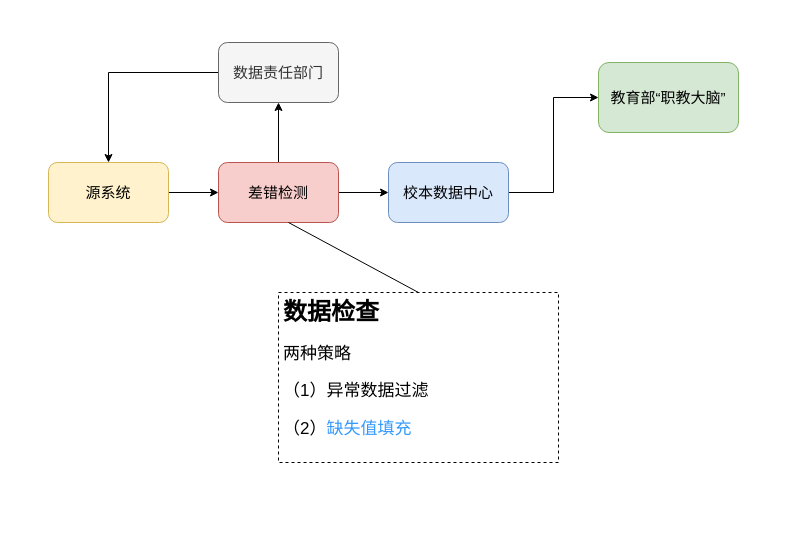
Earlier version of the draw.io diagram EDU/校本差错处理流程图.drawio (redcomet88/DRAW). Source tidied: cells renumbered, new cells numbered last; positions are measured from the earlier drawing's top-left corner, leaving out a move shared by most shapes. Both pictures are drawn from the tidied source at 100%, with x=0, y=0 at pixel (48, 42).
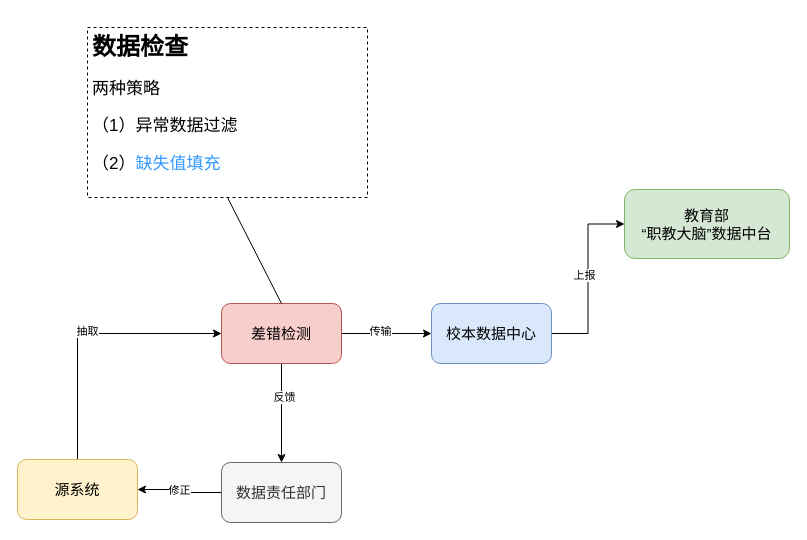
The same diagram, later.

Commit message (it also covers changes not shown here):
更新校本差错处理流程图.drawio

Diff of the diagram source:
```diff
@@
 <mxGraphModel>
   <root>
     <mxCell id="0" />
     <mxCell id="1" parent="0" />
-    <mxCell id="2" style="edgeStyle=orthogonalEdgeStyle;rounded=0;jettySize=auto;html=1;fontSize=15;" parent="1" edge="1" source="3" target="6">
-      <mxGeometry relative="1" as="geometry" />
+    <mxCell id="2" style="edgeStyle=orthogonalEdgeStyle;rounded=0;jettySize=auto;html=1;fontSize=15;exitX=0.5;exitY=0;exitDx=0;exitDy=0;" parent="1" edge="1" source="3" target="6">
+      <mxGeometry relative="1" as="geometry">
+        <Array as="points">
+          <mxPoint x="29" y="291" />
+        </Array>
+      </mxGeometry>
     </mxCell>
+    <mxCell id="14" value="抽取" style="edgeLabel;html=1;align=center;verticalAlign=middle;" parent="2" vertex="1">
+      <mxGeometry y="3" relative="1" as="geometry" />
+    </mxCell>
     <mxCell id="3" value="源系统" style="rounded=1;whiteSpace=wrap;html=1;fontSize=15;fillColor=#fff2cc;strokeColor=#d6b656;" parent="1" vertex="1">
-      <mxGeometry y="120" width="120" height="60" as="geometry" />
+      <mxGeometry x="-31" y="417" width="120" height="60" as="geometry" />
     </mxCell>
     <mxCell id="4" style="edgeStyle=orthogonalEdgeStyle;rounded=0;jettySize=auto;html=1;fontSize=15;" parent="1" edge="1" source="6" target="8">
       <mxGeometry relative="1" as="geometry" />
     </mxCell>
+    <mxCell id="15" value="传输" style="edgeLabel;html=1;align=center;verticalAlign=middle;" parent="4" vertex="1">
+      <mxGeometry x="-0.16" y="-4" relative="1" as="geometry">
+        <mxPoint y="-7" as="offset" />
+      </mxGeometry>
+    </mxCell>
-    <mxCell id="5" style="edgeStyle=orthogonalEdgeStyle;rounded=0;jettySize=auto;html=1;exitX=0.5;exitY=0;exitDx=0;exitDy=0;entryX=0.5;entryY=1;entryDx=0;entryDy=0;" parent="1" edge="1" source="6" target="11">
+    <mxCell id="5" style="edgeStyle=orthogonalEdgeStyle;rounded=0;jettySize=auto;html=1;exitX=0.5;exitY=1;exitDx=0;exitDy=0;entryX=0.5;entryY=0;entryDx=0;entryDy=0;" parent="1" edge="1" source="6" target="11">
       <mxGeometry relative="1" as="geometry" />
     </mxCell>
+    <mxCell id="16" value="反馈" style="edgeLabel;html=1;align=center;verticalAlign=middle;" parent="5" vertex="1">
+      <mxGeometry x="-0.33" y="2" relative="1" as="geometry" />
+    </mxCell>
     <mxCell id="6" value="差错检测" style="rounded=1;whiteSpace=wrap;html=1;fontSize=15;fillColor=#f8cecc;strokeColor=#b85450;" parent="1" vertex="1">
-      <mxGeometry x="170" y="120" width="120" height="60" as="geometry" />
+      <mxGeometry x="173" y="261" width="120" height="60" as="geometry" />
     </mxCell>
     <mxCell id="7" style="edgeStyle=orthogonalEdgeStyle;rounded=0;jettySize=auto;html=1;exitX=1;exitY=0.5;exitDx=0;exitDy=0;entryX=0;entryY=0.5;entryDx=0;entryDy=0;" parent="1" edge="1" source="8" target="9">
       <mxGeometry relative="1" as="geometry" />
     </mxCell>
+    <mxCell id="17" value="上报" style="edgeLabel;html=1;align=center;verticalAlign=middle;" parent="7" vertex="1">
+      <mxGeometry x="0.04" y="4" relative="1" as="geometry" />
+    </mxCell>
     <mxCell id="8" value="校本数据中心" style="rounded=1;whiteSpace=wrap;html=1;fontSize=15;fillColor=#dae8fc;strokeColor=#6c8ebf;" parent="1" vertex="1">
-      <mxGeometry x="340" y="120" width="120" height="60" as="geometry" />
+      <mxGeometry x="383" y="261" width="120" height="60" as="geometry" />
     </mxCell>
-    <mxCell id="9" value="教育部“职教大脑”" style="rounded=1;whiteSpace=wrap;html=1;fontSize=15;fillColor=#d5e8d4;strokeColor=#82b366;" parent="1" vertex="1">
-      <mxGeometry x="550" y="20" width="140" height="70" as="geometry" />
+    <mxCell id="9" value="教育部&lt;br&gt;“职教大脑”数据中台" style="rounded=1;whiteSpace=wrap;html=1;fontSize=15;fillColor=#d5e8d4;strokeColor=#82b366;" parent="1" vertex="1">
+      <mxGeometry x="576" y="147" width="165" height="69" as="geometry" />
     </mxCell>
-    <mxCell id="10" style="edgeStyle=orthogonalEdgeStyle;rounded=0;jettySize=auto;html=1;exitX=0;exitY=0.5;exitDx=0;exitDy=0;entryX=0.5;entryY=0;entryDx=0;entryDy=0;" parent="1" edge="1" source="11" target="3">
+    <mxCell id="10" value="修正" style="edgeStyle=orthogonalEdgeStyle;rounded=0;jettySize=auto;html=1;exitX=0;exitY=0.5;exitDx=0;exitDy=0;entryX=1;entryY=0.5;entryDx=0;entryDy=0;" parent="1" edge="1" source="11" target="3">
       <mxGeometry relative="1" as="geometry" />
     </mxCell>
     <mxCell id="11" value="数据责任部门" style="rounded=1;whiteSpace=wrap;html=1;fontSize=15;fillColor=#f5f5f5;fontColor=#333333;strokeColor=#666666;" parent="1" vertex="1">
-      <mxGeometry x="170" width="120" height="60" as="geometry" />
+      <mxGeometry x="173" y="420" width="120" height="60" as="geometry" />
     </mxCell>
     <mxCell id="12" value="&lt;h1&gt;数据检查&lt;/h1&gt;&lt;p style=&quot;font-size: 17px;&quot;&gt;&lt;font style=&quot;font-size: 17px;&quot;&gt;两种策略&lt;/font&gt;&lt;/p&gt;&lt;p style=&quot;font-size: 17px;&quot;&gt;&lt;font style=&quot;font-size: 17px;&quot;&gt;（1）异常数据过滤&lt;/font&gt;&lt;/p&gt;&lt;p style=&quot;font-size: 17px;&quot;&gt;&lt;font style=&quot;font-size: 17px;&quot;&gt;（2）&lt;font color=&quot;#3399ff&quot;&gt;缺失值填充&lt;/font&gt;&lt;/font&gt;&lt;/p&gt;&lt;p style=&quot;font-size: 17px;&quot;&gt;&lt;br&gt;&lt;/p&gt;" style="text;html=1;strokeColor=default;fillColor=none;spacing=5;spacingTop=-20;whiteSpace=wrap;overflow=hidden;rounded=0;dashed=1;" parent="1" vertex="1">
-      <mxGeometry x="230" y="250" width="280" height="170" as="geometry" />
+      <mxGeometry x="39" y="-15" width="280" height="170" as="geometry" />
     </mxCell>
-    <mxCell id="13" style="endArrow=none;html=1;rounded=0;exitX=0.5;exitY=0;exitDx=0;exitDy=0;" parent="1" edge="1" source="12">
-      <mxGeometry relative="1" as="geometry">
-        <mxPoint x="240" y="180" as="targetPoint" />
-      </mxGeometry>
+    <mxCell id="13" style="endArrow=none;html=1;rounded=0;exitX=0.5;exitY=1;exitDx=0;exitDy=0;entryX=0.5;entryY=0;entryDx=0;entryDy=0;" parent="1" edge="1" source="12" target="6">
+      <mxGeometry relative="1" as="geometry" />
     </mxCell>
   </root>
 </mxGraphModel>
```
